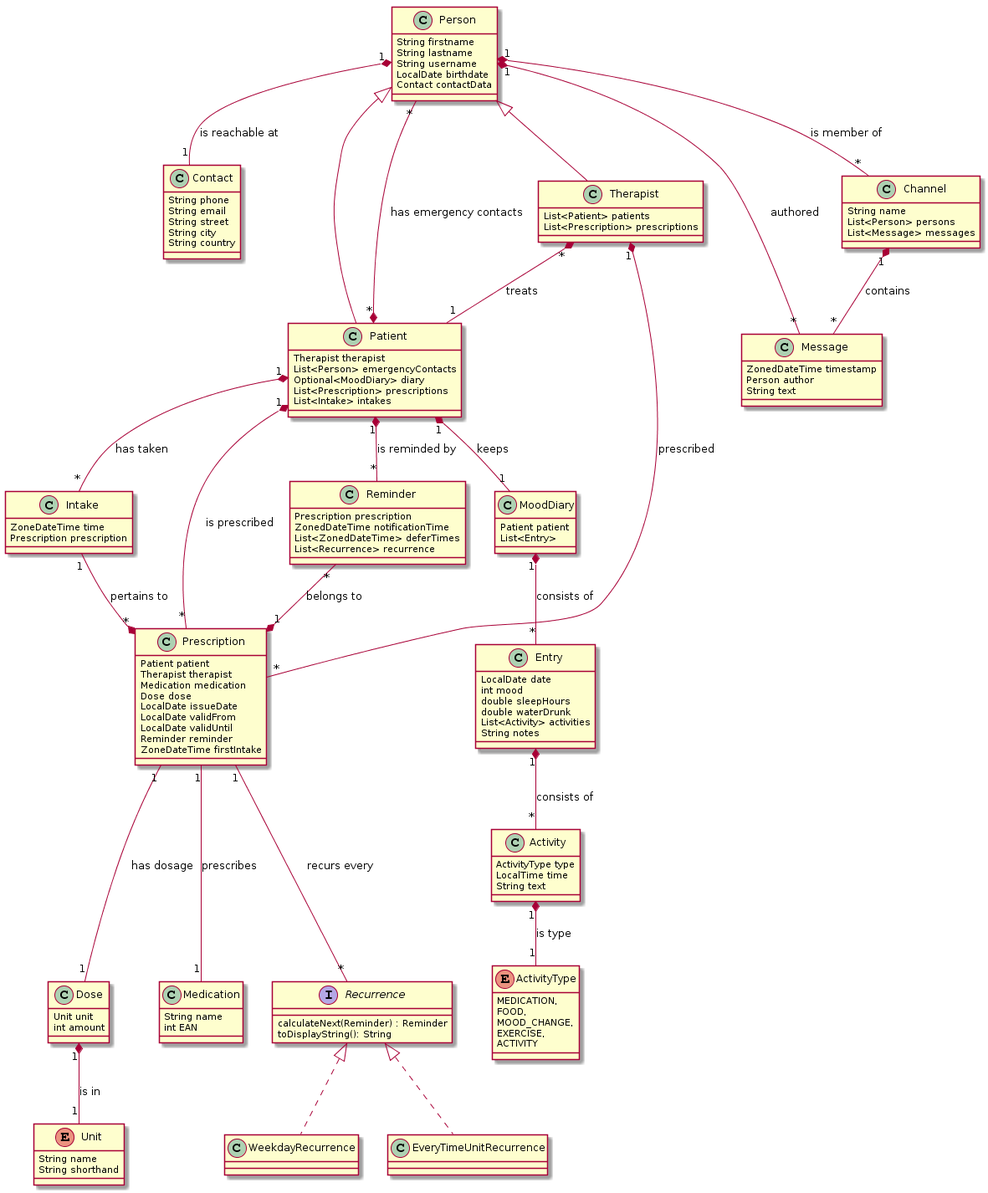
Before: doc/task_04/notes/class_diagram.png, a diagram exported from PlantUML (ch-bfh-bti7081-s2019-green/ch.bfh.bti7081.s2019.green).
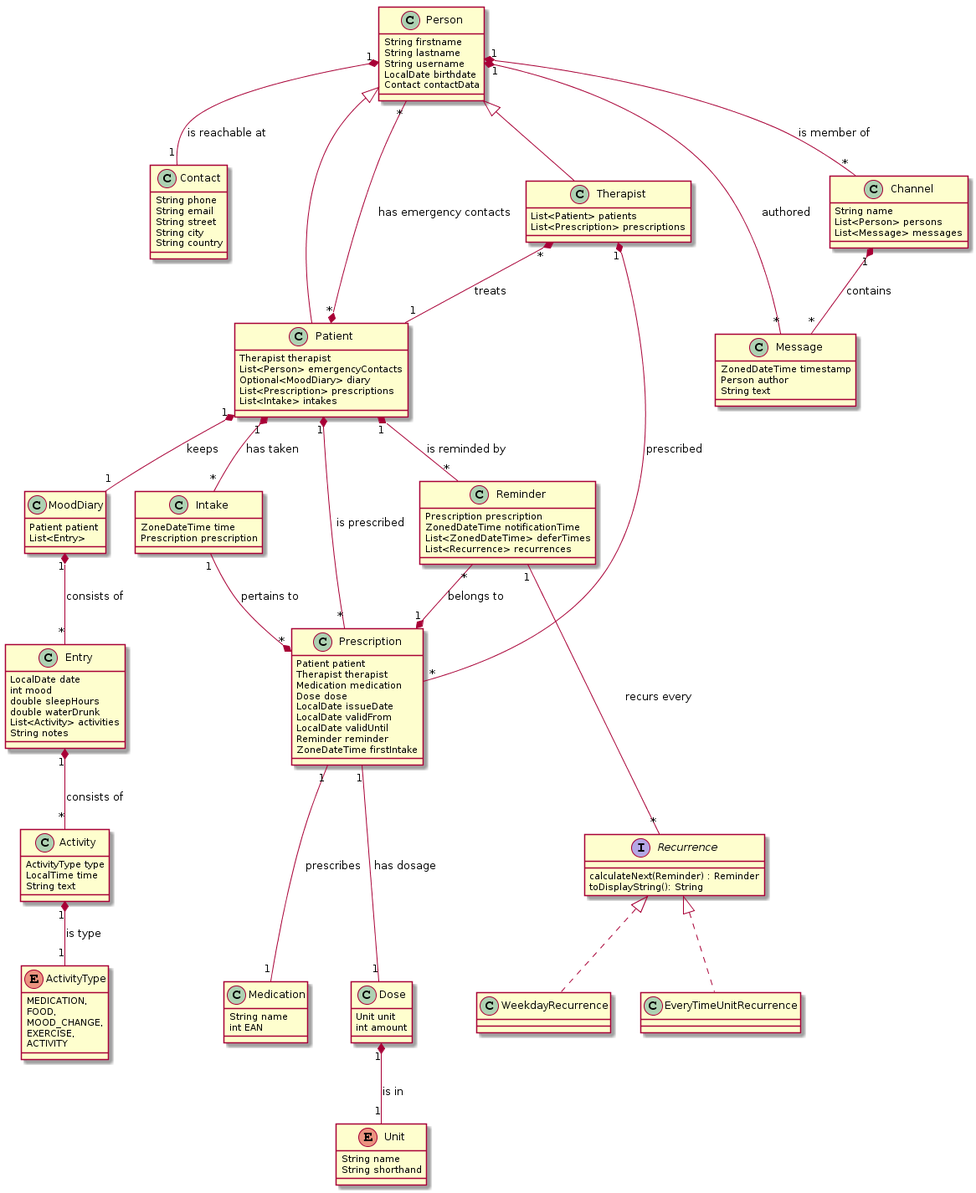
After the change.

Change to the diagram source:
```diff
@@ -49,7 +49,7 @@
     Prescription prescription
     ZonedDateTime notificationTime
     List<ZonedDateTime> deferTimes
-    List<Recurrence> recurrence
+    List<Recurrence> recurrences
 }
 
 Reminder "*" --* "1" Prescription : belongs to
@@ -119,7 +119,7 @@
 
 Prescription "1" --- "1" Medication : prescribes
 Prescription "1" --- "1" Dose : has dosage
-Prescription "1" --- "*" Recurrence : recurs every
+Reminder "1" --- "*" Recurrence : recurs every
 
 
 interface Recurrence{
```
